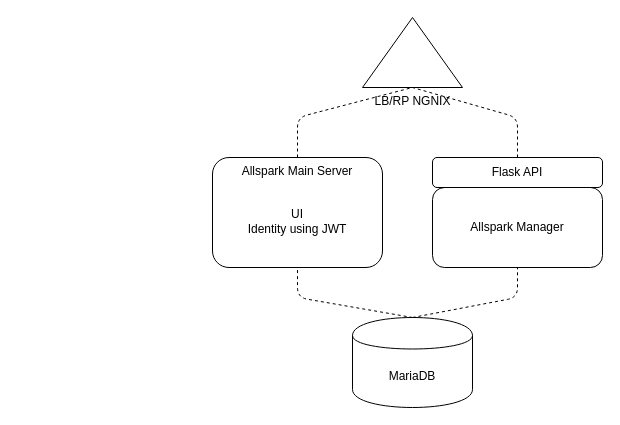
Earlier version of the draw.io diagram page "3- Microservices Architecture" (3 of 3) of docs/asportal_design.drawio.xml (lightpharosio/docmagnus). Source tidied: cells renumbered, new cells numbered last; positions are measured from the earlier drawing's top-left corner, leaving out a move shared by most shapes. Both pictures are drawn from the tidied source at 100%, with x=0, y=0 at pixel (212, 17).
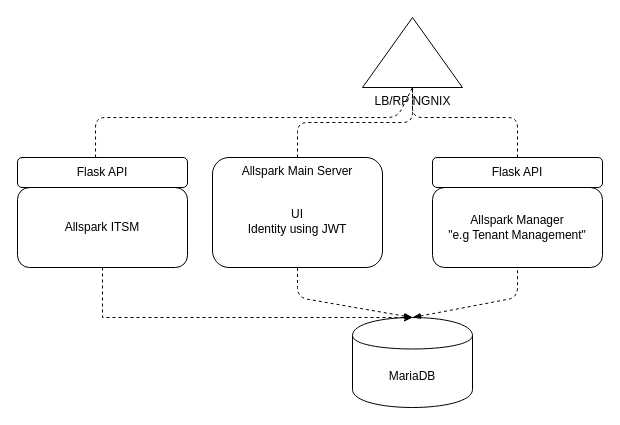
The same page after the edit.

The change refers to these unchanged cells:
```xml
<mxCell id="3" value="Flask API" style="rounded=1;whiteSpace=wrap;html=1;" parent="1" vertex="1">
  <mxGeometry x="220" y="140" width="170" height="30" as="geometry" />
</mxCell>
<mxCell id="4" value="Allspark Main Server&lt;br&gt;&lt;br&gt;&lt;br&gt;UI&lt;br&gt;Identity using JWT" style="rounded=1;whiteSpace=wrap;html=1;verticalAlign=top;" parent="1" vertex="1">
  <mxGeometry y="140" width="170" height="110" as="geometry" />
</mxCell>
<mxCell id="5" value="MariaDB" style="shape=cylinder;whiteSpace=wrap;html=1;boundedLbl=1;backgroundOutline=1;" parent="1" vertex="1">
  <mxGeometry x="140" y="300" width="120" height="90" as="geometry" />
</mxCell>
<mxCell id="6" value="LB/RP NGNIX" style="verticalLabelPosition=bottom;verticalAlign=top;html=1;shape=mxgraph.basic.acute_triangle;dx=0.5;" parent="1" vertex="1">
  <mxGeometry x="150" width="100" height="70" as="geometry" />
</mxCell>
```

The edit, as a diff of the source:
```diff
@@
-    <mxCell id="2" value="Allspark Manager" style="rounded=1;whiteSpace=wrap;html=1;" parent="1" vertex="1">
+    <mxCell id="2" value="Allspark Manager&lt;br&gt;&quot;e.g Tenant Management&quot;" style="rounded=1;whiteSpace=wrap;html=1;" parent="1" vertex="1">
       <mxGeometry x="220" y="170" width="170" height="80" as="geometry" />
     </mxCell>
@@
-    <mxCell id="7" style="endArrow=none;dashed=1;html=1;entryX=0.5;entryY=1;entryDx=0;entryDy=0;exitX=0.5;exitY=0;exitDx=0;exitDy=0;" parent="1" edge="1" source="5" target="4">
+    <mxCell id="7" style="endArrow=none;dashed=1;html=1;entryX=0.5;entryY=1;entryDx=0;entryDy=0;exitX=0.5;exitY=0;exitDx=0;exitDy=0;endFill=0;startArrow=blockThin;startFill=1;" parent="1" edge="1" source="5" target="4">
       <mxGeometry relative="1" as="geometry">
         <Array as="points">
           <mxPoint x="85" y="280" />
         </Array>
       </mxGeometry>
     </mxCell>
-    <mxCell id="8" style="endArrow=none;dashed=1;html=1;entryX=0.5;entryY=1;entryDx=0;entryDy=0;exitX=0.5;exitY=0;exitDx=0;exitDy=0;" parent="1" edge="1" source="5" target="2">
+    <mxCell id="8" style="endArrow=none;dashed=1;html=1;entryX=0.5;entryY=1;entryDx=0;entryDy=0;exitX=0.5;exitY=0;exitDx=0;exitDy=0;startArrow=blockThin;startFill=1;" parent="1" edge="1" source="5" target="2">
       <mxGeometry relative="1" as="geometry">
         <Array as="points">
           <mxPoint x="305" y="280" />
         </Array>
       </mxGeometry>
     </mxCell>
-    <mxCell id="9" style="endArrow=none;dashed=1;html=1;entryX=0.5;entryY=1;entryDx=0;entryDy=0;entryPerimeter=0;exitX=0.5;exitY=0;exitDx=0;exitDy=0;" parent="1" edge="1" source="4" target="6">
-      <mxGeometry relative="1" as="geometry">
-        <Array as="points">
-          <mxPoint x="85" y="100" />
-        </Array>
-      </mxGeometry>
+    <mxCell id="9" style="endArrow=none;dashed=1;html=1;entryX=0.5;entryY=1;entryDx=0;entryDy=0;entryPerimeter=0;exitX=0.5;exitY=0;exitDx=0;exitDy=0;edgeStyle=orthogonalEdgeStyle;" parent="1" edge="1" source="4" target="6">
+      <mxGeometry relative="1" as="geometry" />
     </mxCell>
     <mxCell id="10" style="endArrow=none;dashed=1;html=1;entryX=0.5;entryY=1;entryDx=0;entryDy=0;entryPerimeter=0;exitX=0.5;exitY=0;exitDx=0;exitDy=0;" parent="1" edge="1" source="3" target="6">
       <mxGeometry relative="1" as="geometry">
         <Array as="points">
           <mxPoint x="305" y="100" />
+          <mxPoint x="200" y="100" />
         </Array>
       </mxGeometry>
     </mxCell>
+    <mxCell id="11" style="edgeStyle=orthogonalEdgeStyle;rounded=0;jettySize=auto;html=1;entryX=0.5;entryY=0;entryDx=0;entryDy=0;exitX=0.5;exitY=1;exitDx=0;exitDy=0;dashed=1;" parent="1" edge="1" source="12" target="5">
+      <mxGeometry relative="1" as="geometry">
+        <Array as="points">
+          <mxPoint x="-110" y="300" />
+        </Array>
+      </mxGeometry>
+    </mxCell>
+    <mxCell id="12" value="Allspark ITSM" style="rounded=1;whiteSpace=wrap;html=1;" parent="1" vertex="1">
+      <mxGeometry x="-195" y="170" width="170" height="80" as="geometry" />
+    </mxCell>
+    <mxCell id="13" value="Flask API" style="rounded=1;whiteSpace=wrap;html=1;" parent="1" vertex="1">
+      <mxGeometry x="-195" y="140" width="170" height="30" as="geometry" />
+    </mxCell>
+    <mxCell id="14" style="endArrow=none;dashed=1;html=1;exitX=0.459;exitY=0;exitDx=0;exitDy=0;exitPerimeter=0;entryX=0.5;entryY=1;entryDx=0;entryDy=0;entryPerimeter=0;" parent="1" edge="1" source="13" target="6">
+      <mxGeometry relative="1" as="geometry">
+        <Array as="points">
+          <mxPoint x="-117" y="100" />
+          <mxPoint x="185" y="100" />
+        </Array>
+      </mxGeometry>
+    </mxCell>
```
